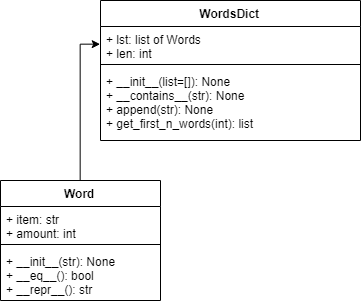
Earlier version of the draw.io export files/ADT_diagram.png (LvivD/words_to_learn). Source tidied: cells renumbered, new cells last; positions are measured from the earlier drawing's top-left corner, leaving out a move shared by most shapes.
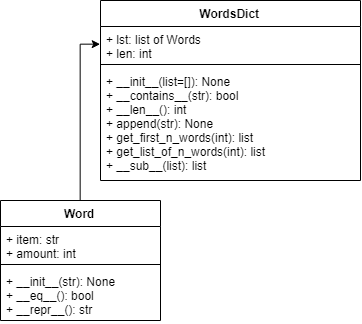
The same file after the commit.

Diff of the diagram source:
```diff
@@ -3,7 +3,7 @@
     <mxCell id="0" />
     <mxCell id="1" parent="0" />
     <mxCell id="2" value="WordsDict" style="swimlane;fontStyle=1;align=center;verticalAlign=top;horizontal=1;startSize=26;" parent="1" vertex="1">
-      <mxGeometry x="100" width="260" height="140" as="geometry" />
+      <mxGeometry x="100" width="260" height="180" as="geometry" />
     </mxCell>
     <mxCell id="3" value="+ lst: list of Words&#10;+ len: int&#10;" style="text;strokeColor=none;fillColor=none;align=left;verticalAlign=top;spacingLeft=4;spacingRight=4;overflow=hidden;points=[[0,0.5],[1,0.5]];portConstraint=eastwest;" parent="2" vertex="1">
       <mxGeometry y="26" width="260" height="34" as="geometry" />
@@ -11,14 +11,14 @@
     <mxCell id="4" style="line;strokeWidth=1;fillColor=none;align=left;verticalAlign=middle;spacingTop=-1;spacingLeft=3;spacingRight=3;labelPosition=right;" parent="2" vertex="1">
       <mxGeometry y="60" width="260" height="8" as="geometry" />
     </mxCell>
-    <mxCell id="5" value="+ __init__(list=[]): None&#10;+ __contains__(str): None&#10;+ append(str): None&#10;+ get_first_n_words(int): list&#10;" style="text;strokeColor=none;fillColor=none;align=left;verticalAlign=top;spacingLeft=4;spacingRight=4;overflow=hidden;" parent="2" vertex="1">
-      <mxGeometry y="68" width="260" height="72" as="geometry" />
+    <mxCell id="5" value="+ __init__(list=[]): None&#10;+ __contains__(str): bool&#10;+ __len__(): int&#10;+ append(str): None&#10;+ get_first_n_words(int): list&#10;+ get_list_of_n_words(int): list&#10;+ __sub__(list): list&#10;" style="text;strokeColor=none;fillColor=none;align=left;verticalAlign=top;spacingLeft=4;spacingRight=4;overflow=hidden;" parent="2" vertex="1">
+      <mxGeometry y="68" width="260" height="112" as="geometry" />
     </mxCell>
     <mxCell id="6" style="edgeStyle=orthogonalEdgeStyle;rounded=0;jettySize=auto;html=1;entryX=0;entryY=0.5;entryDx=0;entryDy=0;" parent="1" edge="1" source="7" target="3">
       <mxGeometry relative="1" as="geometry" />
     </mxCell>
     <mxCell id="7" value="Word" style="swimlane;fontStyle=1;align=center;verticalAlign=top;horizontal=1;startSize=26;" parent="1" vertex="1">
-      <mxGeometry y="180" width="160" height="120" as="geometry" />
+      <mxGeometry y="200" width="160" height="120" as="geometry" />
     </mxCell>
     <mxCell id="8" value="+ item: str&#10;+ amount: int&#10;" style="text;strokeColor=none;fillColor=none;align=left;verticalAlign=top;spacingLeft=4;spacingRight=4;overflow=hidden;" parent="7" vertex="1">
       <mxGeometry y="26" width="160" height="34" as="geometry" />
```
